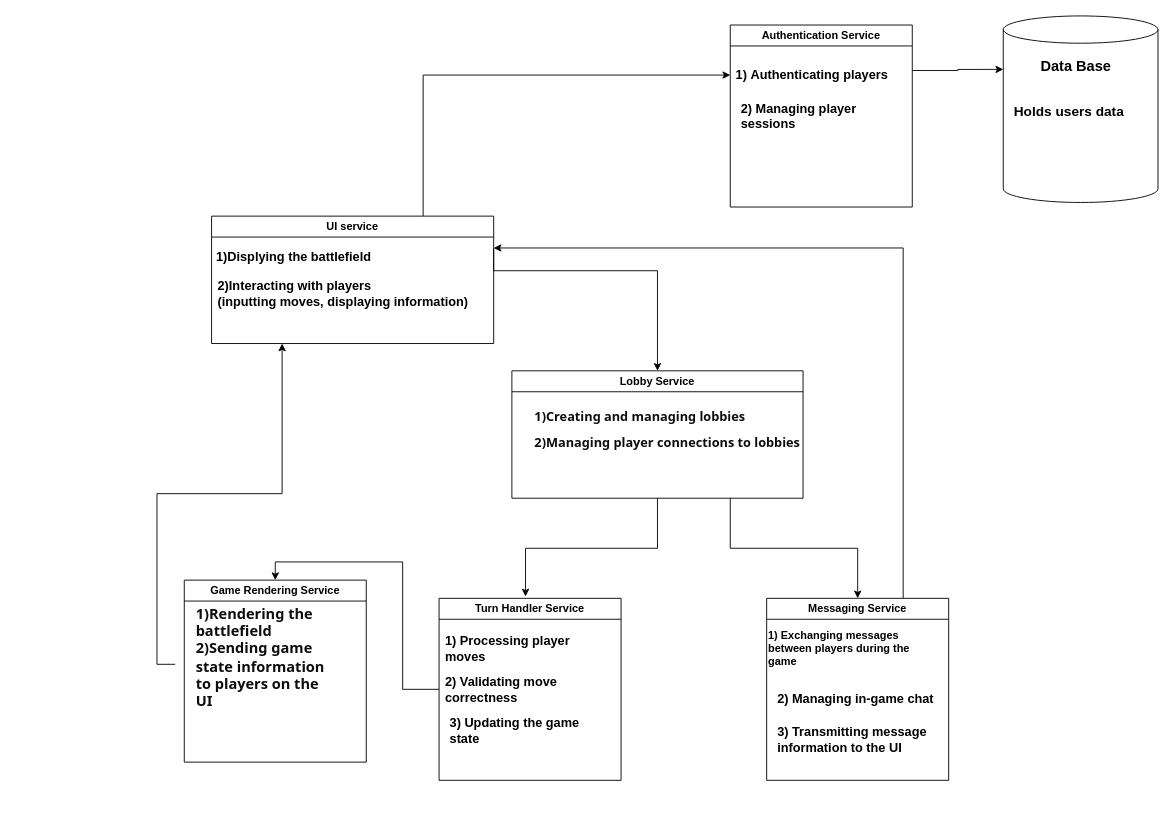
The draw.io diagram Диаграмма без названия.drawio in AplyQ8/WiseWorld, before the edit. Source tidied: cells renumbered, new cells numbered last; positions are measured from the earlier drawing's top-left corner, leaving out a move shared by most shapes. Both pictures are drawn from the tidied source at 91%, with x=0, y=0 at pixel (175, 15).
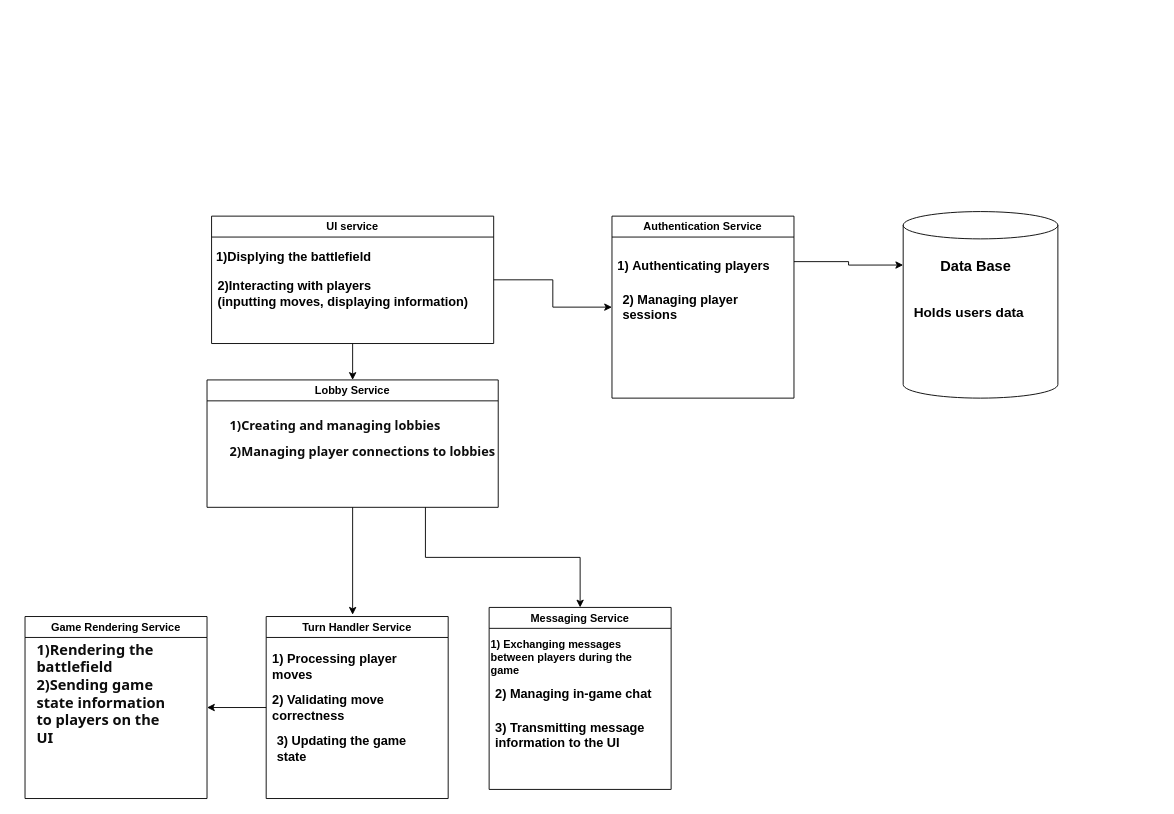
Above is the later version.

Unchanged cells that the change refers to:
```xml
<mxCell id="4" value="UI service" style="swimlane;whiteSpace=wrap;html=1;startSize=23;" parent="1" vertex="1">
  <mxGeometry x="40" y="220" width="310" height="140" as="geometry" />
</mxCell>
<mxCell id="11" value="&lt;ul style=&quot;border: 0px solid rgb(227, 227, 227); box-sizing: border-box; --tw-border-spacing-x: 0; --tw-border-spacing-y: 0; --tw-translate-x: 0; --tw-translate-y: 0; --tw-rotate: 0; --tw-skew-x: 0; --tw-skew-y: 0; --tw-scale-x: 1; --tw-scale-y: 1; --tw-pan-x: ; --tw-pan-y: ; --tw-pinch-zoom: ; --tw-scroll-snap-strictness: proximity; --tw-gradient-from-position: ; --tw-gradient-via-position: ; --tw-gradient-to-position: ; --tw-ordinal: ; --tw-slashed-zero: ; --tw-numeric-figure: ; --tw-numeric-spacing: ; --tw-numeric-fraction: ; --tw-ring-inset: ; --tw-ring-offset-width: 0px; --tw-ring-offset-color: #fff; --tw-ring-color: rgba(69,89,164,.5); --tw-ring-offset-shadow: 0 0 transparent; --tw-ring-shadow: 0 0 transparent; --tw-shadow: 0 0 transparent; --tw-shadow-colored: 0 0 transparent; --tw-blur: ; --tw-brightness: ; --tw-contrast: ; --tw-grayscale: ; --tw-hue-rotate: ; --tw-invert: ; --tw-saturate: ; --tw-sepia: ; --tw-drop-shadow: ; --tw-backdrop-blur: ; --tw-backdrop-brightness: ; --tw-backdrop-contrast: ; --tw-backdrop-grayscale: ; --tw-backdrop-hue-rotate: ; --tw-backdrop-invert: ; --tw-backdrop-opacity: ; --tw-backdrop-saturate: ; --tw-backdrop-sepia: ; list-style-position: initial; list-style-image: initial; margin: 0px 0px 0px 1rem; padding: 0px; display: flex; flex-direction: column; color: rgb(13, 13, 13); font-family: Söhne, ui-sans-serif, system-ui, -apple-system, &amp;quot;Segoe UI&amp;quot;, Roboto, Ubuntu, Cantarell, &amp;quot;Noto Sans&amp;quot;, sans-serif, &amp;quot;Helvetica Neue&amp;quot;, Arial, &amp;quot;Apple Color Emoji&amp;quot;, &amp;quot;Segoe UI Emoji&amp;quot;, &amp;quot;Segoe UI Symbol&amp;quot;, &amp;quot;Noto Color Emoji&amp;quot;; font-size: 16px; text-align: left; background-color: rgb(255, 255, 255);&quot;&gt;&lt;li style=&quot;border: 0px solid rgb(227, 227, 227); box-sizing: border-box; --tw-border-spacing-x: 0; --tw-border-spacing-y: 0; --tw-translate-x: 0; --tw-translate-y: 0; --tw-rotate: 0; --tw-skew-x: 0; --tw-skew-y: 0; --tw-scale-x: 1; --tw-scale-y: 1; --tw-pan-x: ; --tw-pan-y: ; --tw-pinch-zoom: ; --tw-scroll-snap-strictness: proximity; --tw-gradient-from-position: ; --tw-gradient-via-position: ; --tw-gradient-to-position: ; --tw-ordinal: ; --tw-slashed-zero: ; --tw-numeric-figure: ; --tw-numeric-spacing: ; --tw-numeric-fraction: ; --tw-ring-inset: ; --tw-ring-offset-width: 0px; --tw-ring-offset-color: #fff; --tw-ring-color: rgba(69,89,164,.5); --tw-ring-offset-shadow: 0 0 transparent; --tw-ring-shadow: 0 0 transparent; --tw-shadow: 0 0 transparent; --tw-shadow-colored: 0 0 transparent; --tw-blur: ; --tw-brightness: ; --tw-contrast: ; --tw-grayscale: ; --tw-hue-rotate: ; --tw-invert: ; --tw-saturate: ; --tw-sepia: ; --tw-drop-shadow: ; --tw-backdrop-blur: ; --tw-backdrop-brightness: ; --tw-backdrop-contrast: ; --tw-backdrop-grayscale: ; --tw-backdrop-hue-rotate: ; --tw-backdrop-invert: ; --tw-backdrop-opacity: ; --tw-backdrop-saturate: ; --tw-backdrop-sepia: ; margin: 0px; padding-left: 0.375em; display: block; min-height: 28px;&quot;&gt;&lt;b&gt;1)Rendering the battlefield&lt;/b&gt;&lt;/li&gt;&lt;li style=&quot;border: 0px solid rgb(227, 227, 227); box-sizing: border-box; --tw-border-spacing-x: 0; --tw-border-spacing-y: 0; --tw-translate-x: 0; --tw-translate-y: 0; --tw-rotate: 0; --tw-skew-x: 0; --tw-skew-y: 0; --tw-scale-x: 1; --tw-scale-y: 1; --tw-pan-x: ; --tw-pan-y: ; --tw-pinch-zoom: ; --tw-scroll-snap-strictness: proximity; --tw-gradient-from-position: ; --tw-gradient-via-position: ; --tw-gradient-to-position: ; --tw-ordinal: ; --tw-slashed-zero: ; --tw-numeric-figure: ; --tw-numeric-spacing: ; --tw-numeric-fraction: ; --tw-ring-inset: ; --tw-ring-offset-width: 0px; --tw-ring-offset-color: #fff; --tw-ring-color: rgba(69,89,164,.5); --tw-ring-offset-shadow: 0 0 transparent; --tw-ring-shadow: 0 0 transparent; --tw-shadow: 0 0 transparent; --tw-shadow-colored: 0 0 transparent; --tw-blur: ; --tw-brightness: ; --tw-contrast: ; --tw-grayscale: ; --tw-hue-rotate: ; --tw-invert: ; --tw-saturate: ; --tw-sepia: ; --tw-drop-shadow: ; --tw-backdrop-blur: ; --tw-backdrop-brightness: ; --tw-backdrop-contrast: ; --tw-backdrop-grayscale: ; --tw-backdrop-hue-rotate: ; --tw-backdrop-invert: ; --tw-backdrop-opacity: ; --tw-backdrop-saturate: ; --tw-backdrop-sepia: ; margin: 0px; padding-left: 0.375em; display: block; min-height: 28px;&quot;&gt;&lt;b&gt;2)Sending game state information to players on the UI&lt;/b&gt;&lt;/li&gt;&lt;/ul&gt;" style="text;html=1;align=center;verticalAlign=middle;whiteSpace=wrap;rounded=0;" parent="10" vertex="1">
  <mxGeometry x="-10" y="70" width="180" height="30" as="geometry" />
</mxCell>
<mxCell id="18" value="&lt;b&gt;&lt;font style=&quot;font-size: 14px;&quot;&gt;1)&amp;nbsp;Authenticating players&lt;/font&gt;&lt;/b&gt;" style="text;html=1;align=center;verticalAlign=middle;whiteSpace=wrap;rounded=0;" parent="17" vertex="1">
  <mxGeometry y="40" width="180" height="30" as="geometry" />
</mxCell>
```

What changed in the source:
```diff
@@
-    <mxCell id="2" style="edgeStyle=orthogonalEdgeStyle;rounded=0;jettySize=auto;html=1;exitX=1;exitY=0.25;exitDx=0;exitDy=0;entryX=0.5;entryY=0;entryDx=0;entryDy=0;" parent="1" edge="1" source="4" target="8">
-      <mxGeometry relative="1" as="geometry">
-        <Array as="points">
-          <mxPoint x="350" y="280" />
-          <mxPoint x="530" y="280" />
-        </Array>
-      </mxGeometry>
+    <mxCell id="2" style="edgeStyle=orthogonalEdgeStyle;rounded=0;jettySize=auto;html=1;exitX=0.5;exitY=1;exitDx=0;exitDy=0;entryX=0.5;entryY=0;entryDx=0;entryDy=0;" parent="1" edge="1" source="4" target="8">
+      <mxGeometry relative="1" as="geometry" />
     </mxCell>
-    <mxCell id="3" style="edgeStyle=orthogonalEdgeStyle;rounded=0;jettySize=auto;html=1;exitX=0.75;exitY=0;exitDx=0;exitDy=0;entryX=0;entryY=0.5;entryDx=0;entryDy=0;" parent="1" edge="1" source="4" target="18">
-      <mxGeometry relative="1" as="geometry" />
-    </mxCell>
+    <mxCell id="31" style="edgeStyle=orthogonalEdgeStyle;rounded=0;jettySize=auto;html=1;exitX=1;exitY=0.5;exitDx=0;exitDy=0;entryX=0;entryY=0.5;entryDx=0;entryDy=0;" parent="1" edge="1" source="4" target="17">
+      <mxGeometry relative="1" as="geometry" />
+    </mxCell>
@@
     <mxCell id="8" value="Lobby Service" style="swimlane;whiteSpace=wrap;html=1;" parent="1" vertex="1">
-      <mxGeometry x="370" y="390" width="320" height="140" as="geometry" />
+      <mxGeometry x="35" y="400" width="320" height="140" as="geometry" />
     </mxCell>
@@
     <mxCell id="10" value="Game Rendering Service" style="swimlane;whiteSpace=wrap;html=1;" parent="1" vertex="1">
-      <mxGeometry x="10" y="620" width="200" height="200" as="geometry" />
+      <mxGeometry x="-165" y="660" width="200" height="200" as="geometry" />
     </mxCell>
@@
-    <mxCell id="12" style="edgeStyle=orthogonalEdgeStyle;rounded=0;jettySize=auto;html=1;exitX=0;exitY=0.5;exitDx=0;exitDy=0;entryX=0.5;entryY=0;entryDx=0;entryDy=0;" parent="1" edge="1" source="13" target="10">
+    <mxCell id="12" style="edgeStyle=orthogonalEdgeStyle;rounded=0;jettySize=auto;html=1;exitX=0;exitY=0.5;exitDx=0;exitDy=0;entryX=1;entryY=0.5;entryDx=0;entryDy=0;" parent="1" edge="1" source="13" target="10">
       <mxGeometry relative="1" as="geometry" />
     </mxCell>
     <mxCell id="13" value="Turn Handler Service" style="swimlane;whiteSpace=wrap;html=1;" parent="1" vertex="1">
-      <mxGeometry x="290" y="640" width="200" height="200" as="geometry" />
+      <mxGeometry x="100" y="660" width="200" height="200" as="geometry" />
     </mxCell>
@@
     <mxCell id="17" value="Authentication Service" style="swimlane;whiteSpace=wrap;html=1;" parent="1" vertex="1">
-      <mxGeometry x="610" y="10" width="200" height="200" as="geometry" />
+      <mxGeometry x="480" y="220" width="200" height="200" as="geometry" />
     </mxCell>
@@
-    <mxCell id="20" style="edgeStyle=orthogonalEdgeStyle;rounded=0;jettySize=auto;html=1;exitX=0.75;exitY=0;exitDx=0;exitDy=0;entryX=1;entryY=0.25;entryDx=0;entryDy=0;" parent="1" edge="1" source="21" target="4">
-      <mxGeometry relative="1" as="geometry" />
-    </mxCell>
     <mxCell id="21" value="Messaging Service" style="swimlane;whiteSpace=wrap;html=1;" parent="1" vertex="1">
-      <mxGeometry x="650" y="640" width="200" height="200" as="geometry" />
+      <mxGeometry x="345" y="650" width="200" height="200" as="geometry" />
     </mxCell>
@@
-    <mxCell id="23" value="&lt;b&gt;&lt;font style=&quot;font-size: 14px;&quot;&gt;2)&amp;nbsp;Managing in-game chat&lt;/font&gt;&lt;/b&gt;" style="text;html=1;align=left;verticalAlign=middle;whiteSpace=wrap;rounded=0;" parent="1" vertex="1">
-      <mxGeometry x="660" y="735" width="190" height="30" as="geometry" />
+    <mxCell id="23" value="&lt;b&gt;&lt;font style=&quot;font-size: 14px;&quot;&gt;2)&amp;nbsp;Managing in-game chat&lt;/font&gt;&lt;/b&gt;" style="text;html=1;align=left;verticalAlign=middle;whiteSpace=wrap;rounded=0;" parent="21" vertex="1">
+      <mxGeometry x="5" y="80" width="190" height="30" as="geometry" />
     </mxCell>
-    <mxCell id="24" value="&lt;b&gt;&lt;font style=&quot;font-size: 14px;&quot;&gt;3)&amp;nbsp;Transmitting message information to the UI&lt;/font&gt;&lt;/b&gt;" style="text;html=1;align=left;verticalAlign=middle;whiteSpace=wrap;rounded=0;" parent="1" vertex="1">
-      <mxGeometry x="660" y="780" width="190" height="30" as="geometry" />
+    <mxCell id="24" value="&lt;b&gt;&lt;font style=&quot;font-size: 14px;&quot;&gt;3)&amp;nbsp;Transmitting message information to the UI&lt;/font&gt;&lt;/b&gt;" style="text;html=1;align=left;verticalAlign=middle;whiteSpace=wrap;rounded=0;" parent="21" vertex="1">
+      <mxGeometry x="5" y="125" width="190" height="30" as="geometry" />
     </mxCell>
@@
-    <mxCell id="26" style="edgeStyle=orthogonalEdgeStyle;rounded=0;jettySize=auto;html=1;exitX=0;exitY=0.75;exitDx=0;exitDy=0;entryX=0.25;entryY=1;entryDx=0;entryDy=0;" parent="1" edge="1" source="11" target="4">
-      <mxGeometry relative="1" as="geometry" />
-    </mxCell>
     <mxCell id="27" style="shape=cylinder3;whiteSpace=wrap;html=1;boundedLbl=1;backgroundOutline=1;size=15;" parent="1" vertex="1">
-      <mxGeometry x="910" width="170" height="205" as="geometry" />
+      <mxGeometry x="800" y="215" width="170" height="205" as="geometry" />
     </mxCell>
     <mxCell id="28" value="&lt;font style=&quot;font-size: 16px;&quot;&gt;&lt;b&gt;Data Base&lt;/b&gt;&lt;/font&gt;" style="text;html=1;align=center;verticalAlign=middle;whiteSpace=wrap;rounded=0;" parent="1" vertex="1">
-      <mxGeometry x="920" y="40" width="140" height="30" as="geometry" />
+      <mxGeometry x="810" y="260" width="140" height="30" as="geometry" />
     </mxCell>
     <mxCell id="29" value="&lt;font style=&quot;font-size: 15px;&quot;&gt;&lt;b&gt;Holds users data&lt;/b&gt;&lt;/font&gt;" style="text;html=1;align=left;verticalAlign=middle;whiteSpace=wrap;rounded=0;" parent="1" vertex="1">
-      <mxGeometry x="920" y="90" width="150" height="30" as="geometry" />
+      <mxGeometry x="810" y="310" width="150" height="30" as="geometry" />
     </mxCell>
```
